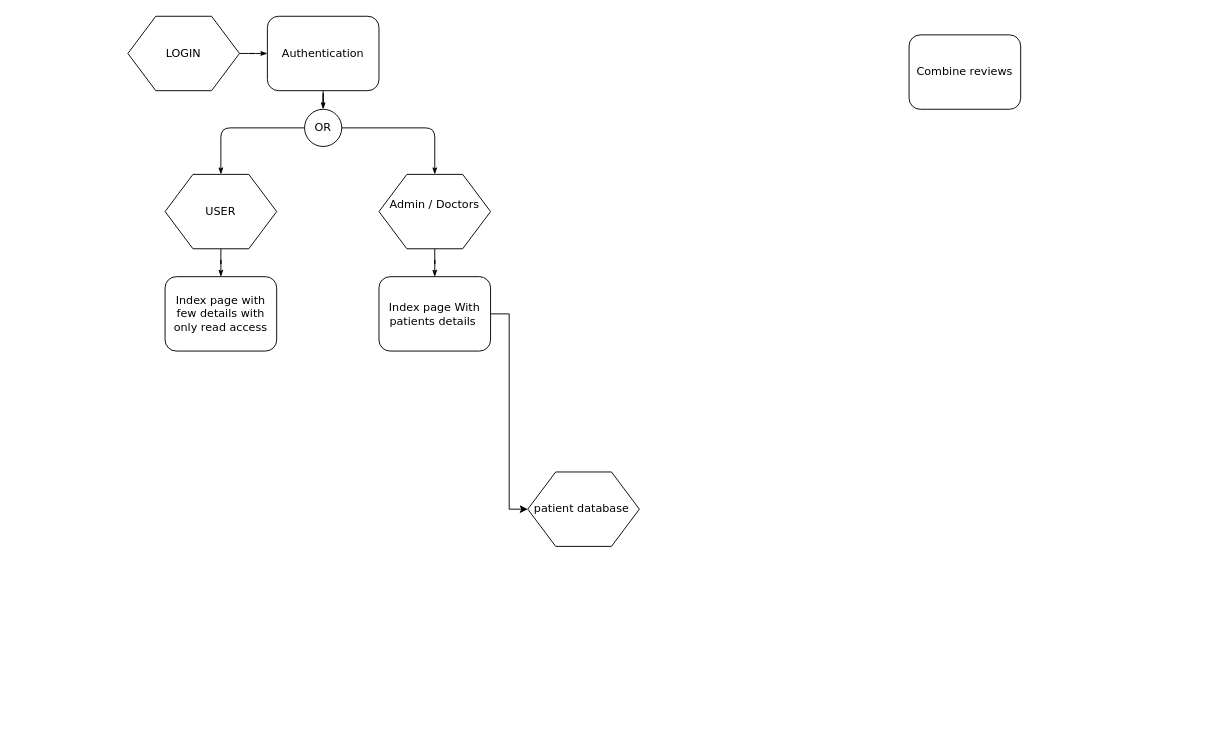
Earlier version of the draw.io diagram Untitled Diagram.drawio (Harydhk7/diagrams). Source tidied: cells renumbered, new cells numbered last; positions are measured from the earlier drawing's top-left corner, leaving out a move shared by most shapes. Both pictures are drawn from the tidied source at 93%, with x=0, y=0 at pixel (127, 16).
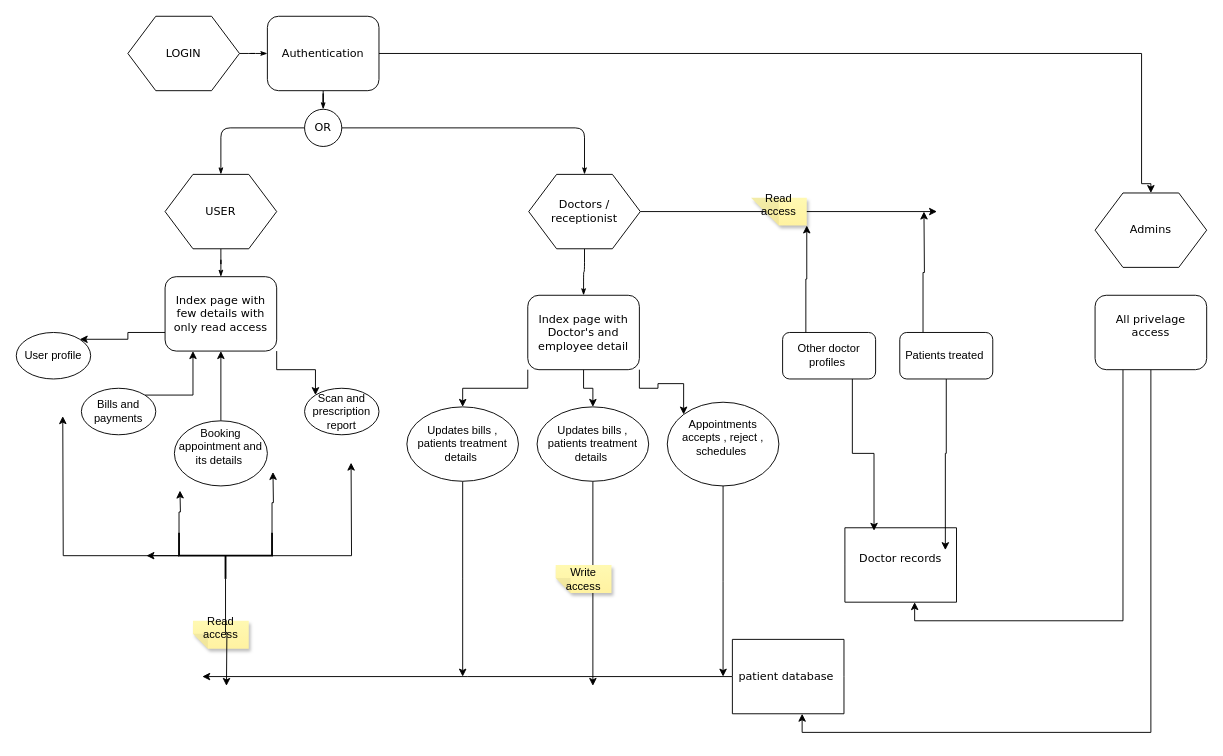
The same diagram, later.

Unchanged cells that the change refers to:
```xml
<mxCell id="5" value="Authentication" style="rounded=1;whiteSpace=wrap;html=1;shadow=0;labelBackgroundColor=none;strokeWidth=1;fontFamily=Verdana;fontSize=12;align=center;" parent="1" vertex="1">
  <mxGeometry x="150" width="120" height="80" as="geometry" />
</mxCell>
<mxCell id="13" value="Index page with few details with only read access" style="rounded=1;whiteSpace=wrap;html=1;shadow=0;labelBackgroundColor=none;strokeWidth=1;fontFamily=Verdana;fontSize=12;align=center;" parent="1" vertex="1">
  <mxGeometry x="40" y="280" width="120" height="80" as="geometry" />
</mxCell>
```

The edit, as a diff of the source:
```diff
@@
+    <mxCell id="18" style="edgeStyle=orthogonalEdgeStyle;rounded=0;jettySize=auto;html=1;exitX=1;exitY=0.5;exitDx=0;exitDy=0;entryX=0.5;entryY=0;entryDx=0;entryDy=0;" parent="1" edge="1" source="5" target="29">
+      <mxGeometry relative="1" as="geometry">
+        <Array as="points">
+          <mxPoint x="1090" y="40" />
+          <mxPoint x="1090" y="180" />
+          <mxPoint x="1100" y="180" />
+        </Array>
+      </mxGeometry>
+    </mxCell>
@@
+    <mxCell id="19" style="edgeStyle=orthogonalEdgeStyle;rounded=0;jettySize=auto;html=1;exitX=1;exitY=0.5;exitDx=0;exitDy=0;" parent="1" edge="1" source="12">
+      <mxGeometry relative="1" as="geometry">
+        <mxPoint x="870" y="210" as="targetPoint" />
+      </mxGeometry>
+    </mxCell>
-    <mxCell id="12" value="Admin / Doctors&lt;div&gt;&lt;br&gt;&lt;/div&gt;" style="shape=hexagon;perimeter=hexagonPerimeter;whiteSpace=wrap;html=1;rounded=0;shadow=0;labelBackgroundColor=none;strokeWidth=1;fontFamily=Verdana;fontSize=12;align=center;" parent="1" vertex="1">
-      <mxGeometry x="270" y="170" width="120" height="80" as="geometry" />
+    <mxCell id="12" value="Doctors / receptionist" style="shape=hexagon;perimeter=hexagonPerimeter;whiteSpace=wrap;html=1;rounded=0;shadow=0;labelBackgroundColor=none;strokeWidth=1;fontFamily=Verdana;fontSize=12;align=center;" parent="1" vertex="1">
+      <mxGeometry x="431" y="170" width="120" height="80" as="geometry" />
     </mxCell>
+    <mxCell id="20" style="edgeStyle=orthogonalEdgeStyle;rounded=0;jettySize=auto;html=1;exitX=1;exitY=1;exitDx=0;exitDy=0;entryX=0;entryY=0;entryDx=0;entryDy=0;" parent="1" edge="1" source="13" target="41">
+      <mxGeometry relative="1" as="geometry" />
+    </mxCell>
+    <mxCell id="21" style="edgeStyle=orthogonalEdgeStyle;rounded=0;jettySize=auto;html=1;exitX=0;exitY=0.75;exitDx=0;exitDy=0;entryX=1;entryY=0;entryDx=0;entryDy=0;" parent="1" edge="1" source="13" target="32">
+      <mxGeometry relative="1" as="geometry" />
+    </mxCell>
@@
-    <mxCell id="14" style="edgeStyle=orthogonalEdgeStyle;rounded=0;jettySize=auto;html=1;exitX=1;exitY=0.5;exitDx=0;exitDy=0;entryX=0;entryY=0.5;entryDx=0;entryDy=0;" parent="1" edge="1" source="15" target="16">
-      <mxGeometry relative="1" as="geometry" />
-    </mxCell>
+    <mxCell id="22" style="edgeStyle=orthogonalEdgeStyle;rounded=0;jettySize=auto;html=1;exitX=0;exitY=1;exitDx=0;exitDy=0;entryX=0.5;entryY=0;entryDx=0;entryDy=0;" parent="1" edge="1" source="15" target="34">
+      <mxGeometry relative="1" as="geometry" />
+    </mxCell>
+    <mxCell id="23" style="edgeStyle=orthogonalEdgeStyle;rounded=0;jettySize=auto;html=1;exitX=0.5;exitY=1;exitDx=0;exitDy=0;entryX=0.5;entryY=0;entryDx=0;entryDy=0;" parent="1" edge="1" source="15" target="36">
+      <mxGeometry relative="1" as="geometry" />
+    </mxCell>
+    <mxCell id="24" style="edgeStyle=orthogonalEdgeStyle;rounded=0;jettySize=auto;html=1;exitX=1;exitY=1;exitDx=0;exitDy=0;entryX=0;entryY=0;entryDx=0;entryDy=0;" parent="1" edge="1" source="15" target="40">
+      <mxGeometry relative="1" as="geometry" />
+    </mxCell>
-    <mxCell id="15" value="Index page With patients details&amp;nbsp;" style="rounded=1;whiteSpace=wrap;html=1;shadow=0;labelBackgroundColor=none;strokeWidth=1;fontFamily=Verdana;fontSize=12;align=center;" parent="1" vertex="1">
-      <mxGeometry x="270" y="280" width="120" height="80" as="geometry" />
+    <mxCell id="15" value="Index page with Doctor's and employee detail" style="rounded=1;whiteSpace=wrap;html=1;shadow=0;labelBackgroundColor=none;strokeWidth=1;fontFamily=Verdana;fontSize=12;align=center;" parent="1" vertex="1">
+      <mxGeometry x="430" y="300" width="120" height="80" as="geometry" />
     </mxCell>
+    <mxCell id="25" style="edgeStyle=orthogonalEdgeStyle;rounded=0;jettySize=auto;html=1;exitX=0;exitY=0.5;exitDx=0;exitDy=0;" parent="1" edge="1" source="16">
+      <mxGeometry relative="1" as="geometry">
+        <mxPoint x="80" y="710" as="targetPoint" />
+      </mxGeometry>
+    </mxCell>
-    <mxCell id="16" value="patient database&amp;nbsp;" style="shape=hexagon;perimeter=hexagonPerimeter;whiteSpace=wrap;html=1;rounded=0;shadow=0;labelBackgroundColor=none;strokeWidth=1;fontFamily=Verdana;fontSize=12;align=center;" parent="1" vertex="1">
-      <mxGeometry x="430" y="490" width="120" height="80" as="geometry" />
+    <mxCell id="16" value="patient database&amp;nbsp;" style="shape=hexagon;perimeter=hexagonPerimeter;whiteSpace=wrap;html=1;rounded=0;shadow=0;labelBackgroundColor=none;strokeWidth=1;fontFamily=Verdana;fontSize=12;align=center;size=0;" parent="1" vertex="1">
+      <mxGeometry x="650" y="670" width="120" height="80" as="geometry" />
     </mxCell>
+    <mxCell id="26" style="edgeStyle=orthogonalEdgeStyle;rounded=0;jettySize=auto;html=1;exitX=0.5;exitY=1;exitDx=0;exitDy=0;entryX=0.625;entryY=1;entryDx=0;entryDy=0;" parent="1" edge="1" source="17" target="16">
+      <mxGeometry relative="1" as="geometry" />
+    </mxCell>
+    <mxCell id="27" style="edgeStyle=orthogonalEdgeStyle;rounded=0;jettySize=auto;html=1;exitX=0.25;exitY=1;exitDx=0;exitDy=0;entryX=0.625;entryY=1;entryDx=0;entryDy=0;" parent="1" edge="1" source="17" target="42">
+      <mxGeometry relative="1" as="geometry" />
+    </mxCell>
-    <mxCell id="17" value="Combine reviews" style="rounded=1;whiteSpace=wrap;html=1;shadow=0;labelBackgroundColor=none;strokeWidth=1;fontFamily=Verdana;fontSize=12;align=center;" parent="1" vertex="1">
-      <mxGeometry x="840" y="20" width="120" height="80" as="geometry" />
+    <mxCell id="17" value="All privelage access&lt;div&gt;&lt;br&gt;&lt;/div&gt;" style="rounded=1;whiteSpace=wrap;html=1;shadow=0;labelBackgroundColor=none;strokeWidth=1;fontFamily=Verdana;fontSize=12;align=center;" parent="1" vertex="1">
+      <mxGeometry x="1040" y="300" width="120" height="80" as="geometry" />
     </mxCell>
+    <mxCell id="28" value="Read access&lt;div&gt;&lt;br&gt;&lt;/div&gt;" style="shape=note;whiteSpace=wrap;html=1;backgroundOutline=1;fontColor=#000000;darkOpacity=0.05;fillColor=#FFF9B2;strokeColor=none;fillStyle=solid;direction=west;gradientDirection=north;gradientColor=#FFF2A1;shadow=1;size=16;" parent="1" vertex="1">
+      <mxGeometry x="70" y="650" width="60" height="30" as="geometry" />
+    </mxCell>
+    <mxCell id="29" value="Admins" style="shape=hexagon;perimeter=hexagonPerimeter;whiteSpace=wrap;html=1;rounded=0;shadow=0;labelBackgroundColor=none;strokeWidth=1;fontFamily=Verdana;fontSize=12;align=center;size=0.25;" parent="1" vertex="1">
+      <mxGeometry x="1040" y="190" width="120" height="80" as="geometry" />
+    </mxCell>
+    <mxCell id="30" style="edgeStyle=orthogonalEdgeStyle;rounded=0;jettySize=auto;html=1;exitX=1;exitY=0;exitDx=0;exitDy=0;entryX=0.25;entryY=1;entryDx=0;entryDy=0;" parent="1" edge="1" source="31" target="13">
+      <mxGeometry relative="1" as="geometry" />
+    </mxCell>
+    <mxCell id="31" value="Bills and payments" style="ellipse;whiteSpace=wrap;html=1;" parent="1" vertex="1">
+      <mxGeometry x="-50" y="400" width="80" height="50" as="geometry" />
+    </mxCell>
+    <mxCell id="32" value="User profile" style="ellipse;whiteSpace=wrap;html=1;" parent="1" vertex="1">
+      <mxGeometry x="-120" y="340" width="80" height="50" as="geometry" />
+    </mxCell>
+    <mxCell id="33" style="edgeStyle=orthogonalEdgeStyle;rounded=0;jettySize=auto;html=1;exitX=0.5;exitY=1;exitDx=0;exitDy=0;" parent="1" edge="1" source="34">
+      <mxGeometry relative="1" as="geometry">
+        <mxPoint x="360" y="710" as="targetPoint" />
+      </mxGeometry>
+    </mxCell>
+    <mxCell id="34" value="Updates bills , patients treatment details&amp;nbsp;" style="ellipse;whiteSpace=wrap;html=1;" parent="1" vertex="1">
+      <mxGeometry x="300" y="420" width="120" height="80" as="geometry" />
+    </mxCell>
+    <mxCell id="35" style="edgeStyle=orthogonalEdgeStyle;rounded=0;jettySize=auto;html=1;exitX=0.5;exitY=1;exitDx=0;exitDy=0;" parent="1" edge="1" source="36">
+      <mxGeometry relative="1" as="geometry">
+        <mxPoint x="500" y="720" as="targetPoint" />
+      </mxGeometry>
+    </mxCell>
+    <mxCell id="36" value="Updates bills , patients treatment details&amp;nbsp;" style="ellipse;whiteSpace=wrap;html=1;" parent="1" vertex="1">
+      <mxGeometry x="440" y="420" width="120" height="80" as="geometry" />
+    </mxCell>
+    <mxCell id="37" style="edgeStyle=orthogonalEdgeStyle;rounded=0;jettySize=auto;html=1;exitX=0.5;exitY=0;exitDx=0;exitDy=0;entryX=0.5;entryY=1;entryDx=0;entryDy=0;" parent="1" edge="1" source="38" target="13">
+      <mxGeometry relative="1" as="geometry" />
+    </mxCell>
+    <mxCell id="38" value="Booking appointment and its details&amp;nbsp;&lt;div&gt;&lt;br&gt;&lt;/div&gt;" style="ellipse;whiteSpace=wrap;html=1;" parent="1" vertex="1">
+      <mxGeometry x="50" y="435" width="100" height="70" as="geometry" />
+    </mxCell>
+    <mxCell id="39" style="edgeStyle=orthogonalEdgeStyle;rounded=0;jettySize=auto;html=1;exitX=0.5;exitY=1;exitDx=0;exitDy=0;" parent="1" edge="1" source="40">
+      <mxGeometry relative="1" as="geometry">
+        <mxPoint x="640" y="710" as="targetPoint" />
+      </mxGeometry>
+    </mxCell>
+    <mxCell id="40" value="Appointments accepts , reject , schedules&amp;nbsp;&lt;div&gt;&lt;br&gt;&lt;/div&gt;" style="ellipse;whiteSpace=wrap;html=1;" parent="1" vertex="1">
+      <mxGeometry x="580" y="415" width="120" height="90" as="geometry" />
+    </mxCell>
+    <mxCell id="41" value="Scan and prescription report" style="ellipse;whiteSpace=wrap;html=1;" parent="1" vertex="1">
+      <mxGeometry x="190" y="400" width="80" height="50" as="geometry" />
+    </mxCell>
+    <mxCell id="42" value="Doctor records&lt;div&gt;&lt;br&gt;&lt;/div&gt;" style="shape=hexagon;perimeter=hexagonPerimeter;whiteSpace=wrap;html=1;rounded=0;shadow=0;labelBackgroundColor=none;strokeWidth=1;fontFamily=Verdana;fontSize=12;align=center;size=0;" parent="1" vertex="1">
+      <mxGeometry x="771" y="550" width="120" height="80" as="geometry" />
+    </mxCell>
+    <mxCell id="43" style="edgeStyle=orthogonalEdgeStyle;rounded=0;jettySize=auto;html=1;" parent="1" edge="1" source="49">
+      <mxGeometry relative="1" as="geometry">
+        <mxPoint x="240" y="480" as="targetPoint" />
+      </mxGeometry>
+    </mxCell>
+    <mxCell id="44" style="edgeStyle=orthogonalEdgeStyle;rounded=0;jettySize=auto;html=1;exitX=0.5;exitY=0;exitDx=0;exitDy=0;exitPerimeter=0;" parent="1" edge="1" source="49">
+      <mxGeometry relative="1" as="geometry">
+        <mxPoint x="-70" y="430" as="targetPoint" />
+      </mxGeometry>
+    </mxCell>
+    <mxCell id="45" style="edgeStyle=orthogonalEdgeStyle;rounded=0;jettySize=auto;html=1;exitX=1;exitY=1;exitDx=0;exitDy=0;exitPerimeter=0;" parent="1" edge="1" source="49">
+      <mxGeometry relative="1" as="geometry">
+        <mxPoint x="156" y="490" as="targetPoint" />
+      </mxGeometry>
+    </mxCell>
+    <mxCell id="46" style="edgeStyle=orthogonalEdgeStyle;rounded=0;jettySize=auto;html=1;exitX=0.5;exitY=0;exitDx=0;exitDy=0;exitPerimeter=0;" parent="1" edge="1" source="49">
+      <mxGeometry relative="1" as="geometry">
+        <mxPoint x="20" y="580" as="targetPoint" />
+      </mxGeometry>
+    </mxCell>
+    <mxCell id="47" style="edgeStyle=orthogonalEdgeStyle;rounded=0;jettySize=auto;html=1;exitX=1;exitY=0;exitDx=0;exitDy=0;exitPerimeter=0;" parent="1" edge="1" source="49">
+      <mxGeometry relative="1" as="geometry">
+        <mxPoint x="56" y="510" as="targetPoint" />
+      </mxGeometry>
+    </mxCell>
+    <mxCell id="48" style="edgeStyle=orthogonalEdgeStyle;rounded=0;jettySize=auto;html=1;exitX=0;exitY=0.5;exitDx=0;exitDy=0;exitPerimeter=0;" parent="1" edge="1" source="49">
+      <mxGeometry relative="1" as="geometry">
+        <mxPoint x="106" y="720" as="targetPoint" />
+      </mxGeometry>
+    </mxCell>
+    <mxCell id="49" style="strokeWidth=2;html=1;shape=mxgraph.flowchart.annotation_2;align=left;labelPosition=right;rotation=-90;" parent="1" vertex="1">
+      <mxGeometry x="80" y="530" width="50" height="100" as="geometry" />
+    </mxCell>
+    <mxCell id="50" value="Write access" style="shape=note;whiteSpace=wrap;html=1;backgroundOutline=1;fontColor=#000000;darkOpacity=0.05;fillColor=#FFF9B2;strokeColor=none;fillStyle=solid;direction=west;gradientDirection=north;gradientColor=#FFF2A1;shadow=1;size=16;" parent="1" vertex="1">
+      <mxGeometry x="460" y="590" width="60" height="30" as="geometry" />
+    </mxCell>
+    <mxCell id="51" value="Other doctor profiles&amp;nbsp;" style="rounded=1;whiteSpace=wrap;html=1;" parent="1" vertex="1">
+      <mxGeometry x="704" y="340" width="100" height="50" as="geometry" />
+    </mxCell>
+    <mxCell id="52" style="edgeStyle=orthogonalEdgeStyle;rounded=0;jettySize=auto;html=1;exitX=0.25;exitY=0;exitDx=0;exitDy=0;" parent="1" edge="1" source="54">
+      <mxGeometry relative="1" as="geometry">
+        <mxPoint x="856" y="210" as="targetPoint" />
+      </mxGeometry>
+    </mxCell>
+    <mxCell id="53" style="edgeStyle=orthogonalEdgeStyle;rounded=0;jettySize=auto;html=1;exitX=0.5;exitY=1;exitDx=0;exitDy=0;entryX=1;entryY=0.25;entryDx=0;entryDy=0;" parent="1" edge="1" source="54" target="42">
+      <mxGeometry relative="1" as="geometry" />
+    </mxCell>
+    <mxCell id="54" value="Patients treated&amp;nbsp;" style="rounded=1;whiteSpace=wrap;html=1;" parent="1" vertex="1">
+      <mxGeometry x="830" y="340" width="100" height="50" as="geometry" />
+    </mxCell>
+    <mxCell id="55" value="Read access&lt;div&gt;&lt;br&gt;&lt;/div&gt;" style="shape=note;whiteSpace=wrap;html=1;backgroundOutline=1;fontColor=#000000;darkOpacity=0.05;fillColor=#FFF9B2;strokeColor=none;fillStyle=solid;direction=west;gradientDirection=north;gradientColor=#FFF2A1;shadow=1;size=30;" parent="1" vertex="1">
+      <mxGeometry x="670" y="195" width="60" height="30" as="geometry" />
+    </mxCell>
+    <mxCell id="56" style="edgeStyle=orthogonalEdgeStyle;rounded=0;jettySize=auto;html=1;exitX=0.25;exitY=0;exitDx=0;exitDy=0;entryX=0;entryY=0;entryDx=0;entryDy=0;entryPerimeter=0;" parent="1" edge="1" source="51" target="55">
+      <mxGeometry relative="1" as="geometry" />
+    </mxCell>
+    <mxCell id="57" style="edgeStyle=orthogonalEdgeStyle;rounded=0;jettySize=auto;html=1;exitX=0.75;exitY=1;exitDx=0;exitDy=0;entryX=0.261;entryY=0.04;entryDx=0;entryDy=0;entryPerimeter=0;" parent="1" edge="1" source="51" target="42">
+      <mxGeometry relative="1" as="geometry" />
+    </mxCell>
```
